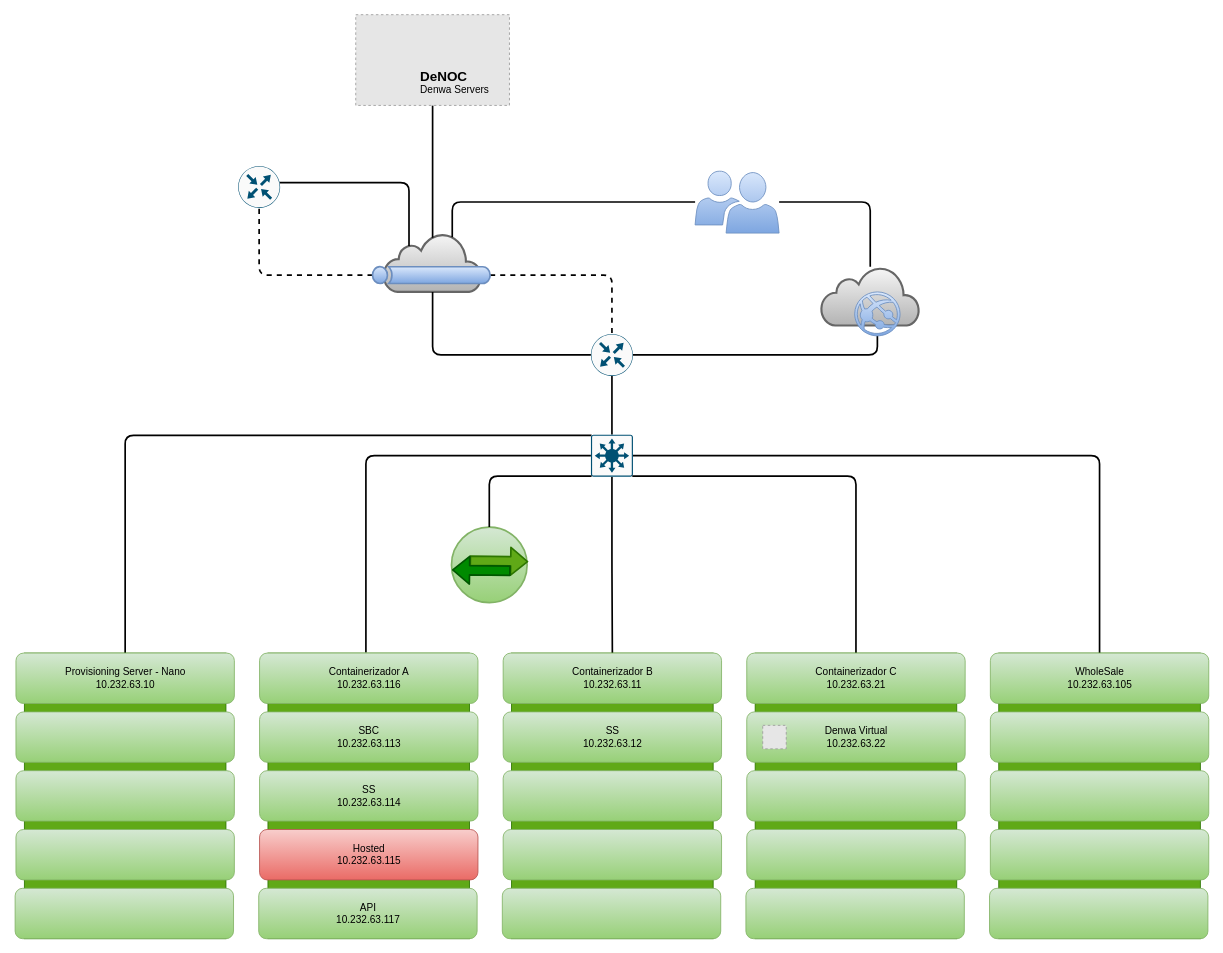
This is Tortuguitas.drawio from saravian/Diagrams, a draw.io file, before an edit. Source tidied: cells renumbered, new cells numbered last; positions are measured from the earlier drawing's top-left corner, leaving out a move shared by most shapes. Both pictures are drawn from the tidied source at 84%, with x=0, y=0 at pixel (14, 14). Pictures stored in the file or linked from it are replaced by grey dashed boxes.
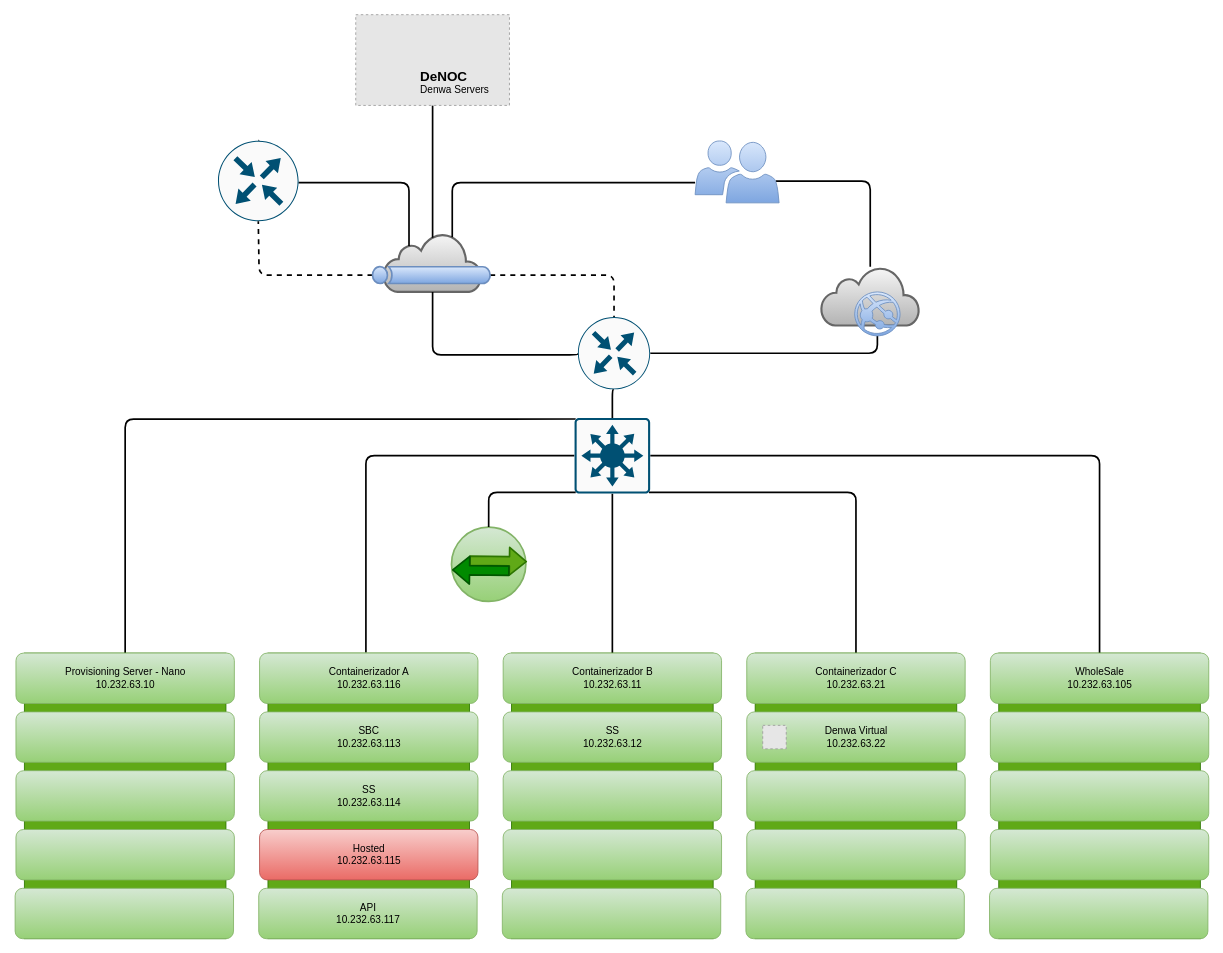
After the change.

Unchanged cells that the change refers to:
```xml
<mxCell id="2" style="html=1;outlineConnect=0;fillColor=#f5f5f5;strokeColor=#666666;gradientColor=#b3b3b3;gradientDirection=south;strokeWidth=2;shape=mxgraph.networks.cloud;" parent="1" vertex="1">
  <mxGeometry x="439" y="260" width="117" height="70" as="geometry" />
</mxCell>
<mxCell id="20" value="Provisioning Server - Nano&lt;br&gt;10.232.63.10" style="rounded=1;whiteSpace=wrap;html=1;gradientColor=#97d077;fillColor=#d5e8d4;strokeColor=#82b366;" parent="1" vertex="1">
  <mxGeometry x="1.5" y="760" width="260" height="60" as="geometry" />
</mxCell>
<mxCell id="38" value="Containerizador C&lt;br&gt;10.232.63.21" style="rounded=1;whiteSpace=wrap;html=1;gradientColor=#97d077;fillColor=#d5e8d4;strokeColor=#82b366;" parent="1" vertex="1">
  <mxGeometry x="871.5" y="760" width="260" height="60" as="geometry" />
</mxCell>
<mxCell id="49" style="html=1;outlineConnect=0;fillColor=#f5f5f5;strokeColor=#666666;gradientColor=#b3b3b3;gradientDirection=south;strokeWidth=2;shape=mxgraph.networks.cloud;" parent="1" vertex="1">
  <mxGeometry x="960" y="300" width="117" height="70" as="geometry" />
</mxCell>
```

Change to the diagram source:
```diff
@@
     <mxCell id="4" style="points=[[0.5,0,0],[1,0.5,0],[0.5,1,0],[0,0.5,0],[0.145,0.145,0],[0.8555,0.145,0],[0.855,0.8555,0],[0.145,0.855,0]];verticalLabelPosition=bottom;html=1;verticalAlign=top;align=center;shape=mxgraph.cisco19.rect;prIcon=router;fillColor=#FAFAFA;strokeColor=#005073;strokeWidth=2;" parent="1" vertex="1">
-      <mxGeometry x="266" y="180" width="50" height="50" as="geometry" />
+      <mxGeometry x="242" y="150" width="96" height="96" as="geometry" />
     </mxCell>
@@
     <mxCell id="8" style="points=[[0.5,0,0],[1,0.5,0],[0.5,1,0],[0,0.5,0],[0.145,0.145,0],[0.8555,0.145,0],[0.855,0.8555,0],[0.145,0.855,0]];verticalLabelPosition=bottom;html=1;verticalAlign=top;align=center;shape=mxgraph.cisco19.rect;prIcon=router;fillColor=#FAFAFA;strokeColor=#005073;strokeWidth=2;" parent="1" vertex="1">
-      <mxGeometry x="686" y="380" width="50" height="50" as="geometry" />
+      <mxGeometry x="670.5" y="360" width="86" height="86" as="geometry" />
     </mxCell>
@@
     <mxCell id="10" style="edgeStyle=orthogonalEdgeStyle;rounded=1;jettySize=auto;html=1;exitX=0.015;exitY=0.015;exitDx=0;exitDy=0;exitPerimeter=0;endArrow=none;endFill=0;strokeWidth=2;entryX=0.5;entryY=0;entryDx=0;entryDy=0;" parent="1" edge="1" source="13" target="20">
       <mxGeometry relative="1" as="geometry">
         <Array as="points">
-          <mxPoint x="131" y="501" />
+          <mxPoint x="131" y="481" />
         </Array>
       </mxGeometry>
     </mxCell>
@@
     <mxCell id="13" style="points=[[0.015,0.015,0],[0.985,0.015,0],[0.985,0.985,0],[0.015,0.985,0],[0.25,0,0],[0.5,0,0],[0.75,0,0],[1,0.25,0],[1,0.5,0],[1,0.75,0],[0.75,1,0],[0.5,1,0],[0.25,1,0],[0,0.75,0],[0,0.5,0],[0,0.25,0]];verticalLabelPosition=bottom;html=1;verticalAlign=top;align=center;shape=mxgraph.cisco19.rect;prIcon=l3_switch;fillColor=#FAFAFA;strokeColor=#005073;strokeWidth=2;" parent="1" vertex="1">
-      <mxGeometry x="686" y="500" width="50" height="50" as="geometry" />
+      <mxGeometry x="666.5" y="480" width="90" height="90" as="geometry" />
     </mxCell>
@@
     <mxCell id="18" style="edgeStyle=orthogonalEdgeStyle;rounded=1;jettySize=auto;html=1;exitX=0.5;exitY=0;exitDx=0;exitDy=0;entryX=0.985;entryY=0.985;entryDx=0;entryDy=0;entryPerimeter=0;endArrow=none;endFill=0;strokeWidth=2;" parent="1" edge="1" source="38" target="13">
       <mxGeometry relative="1" as="geometry">
         <Array as="points">
-          <mxPoint x="1001" y="549" />
+          <mxPoint x="1001" y="569" />
         </Array>
       </mxGeometry>
     </mxCell>
@@
     <mxCell id="51" style="edgeStyle=orthogonalEdgeStyle;rounded=1;jettySize=auto;html=1;entryX=0.7;entryY=0.07;entryDx=0;entryDy=0;entryPerimeter=0;endArrow=none;endFill=0;strokeWidth=2;" parent="1" edge="1" source="53" target="2">
       <mxGeometry relative="1" as="geometry">
         <Array as="points">
-          <mxPoint x="521" y="223" />
+          <mxPoint x="521" y="200" />
         </Array>
       </mxGeometry>
     </mxCell>
-    <mxCell id="52" style="edgeStyle=orthogonalEdgeStyle;rounded=1;jettySize=auto;html=1;endArrow=none;endFill=0;strokeWidth=2;" parent="1" edge="1" source="53" target="49">
+    <mxCell id="52" style="edgeStyle=orthogonalEdgeStyle;rounded=1;jettySize=auto;html=1;exitX=0.96;exitY=0.65;exitDx=0;exitDy=0;exitPerimeter=0;endArrow=none;endFill=0;strokeWidth=2;fillColor=none;" parent="1" edge="1" source="53" target="49">
       <mxGeometry relative="1" as="geometry" />
     </mxCell>
     <mxCell id="53" style="shadow=0;dashed=0;html=1;strokeColor=#6c8ebf;labelPosition=center;verticalLabelPosition=bottom;verticalAlign=top;align=center;fillColor=#dae8fc;shape=mxgraph.mscae.intune.user_group;gradientColor=#7ea6e0;" parent="1" vertex="1">
-      <mxGeometry x="810" y="186" width="100" height="74" as="geometry" />
+      <mxGeometry x="810" y="150" width="100" height="74" as="geometry" />
     </mxCell>
@@
     <mxCell id="57" style="group;" parent="1" vertex="1">
-      <mxGeometry x="520" y="610" width="91.5" height="90" as="geometry" />
+      <mxGeometry x="520" y="610" width="90" height="90" as="geometry" />
     </mxCell>
     <mxCell id="58" style="ellipse;whiteSpace=wrap;html=1;align=left;strokeWidth=2;gradientColor=#97d077;fillColor=#d5e8d4;strokeColor=#82b366;" parent="57" vertex="1">
-      <mxGeometry width="90" height="90" as="geometry" />
+      <mxGeometry width="88.5" height="88.5" as="geometry" />
     </mxCell>
     <mxCell id="59" style="shape=flexArrow;endArrow=classic;html=1;strokeWidth=2;fillColor=#60a917;strokeColor=#2D7600;" parent="57" edge="1">
       <mxGeometry relative="1" as="geometry">
-        <mxPoint x="21.5" y="40" as="sourcePoint" />
-        <mxPoint x="91.5" y="41" as="targetPoint" />
+        <mxPoint x="21.1" y="40" as="sourcePoint" />
+        <mxPoint x="90" y="41" as="targetPoint" />
       </mxGeometry>
     </mxCell>
     <mxCell id="60" style="shape=flexArrow;endArrow=classic;html=1;strokeWidth=2;fillColor=#008a00;strokeColor=#005700;" parent="57" edge="1">
       <mxGeometry relative="1" as="geometry">
-        <mxPoint x="70.5" y="52" as="sourcePoint" />
+        <mxPoint x="69.3" y="52" as="sourcePoint" />
         <mxPoint x="0.5" y="51" as="targetPoint" />
       </mxGeometry>
     </mxCell>
     <mxCell id="61" style="edgeStyle=orthogonalEdgeStyle;rounded=1;jettySize=auto;html=1;exitX=0.5;exitY=0;exitDx=0;exitDy=0;entryX=0.015;entryY=0.985;entryDx=0;entryDy=0;entryPerimeter=0;endArrow=none;endFill=0;strokeWidth=2;" parent="1" edge="1" source="58" target="13">
       <mxGeometry relative="1" as="geometry">
         <Array as="points">
-          <mxPoint x="565" y="549" />
+          <mxPoint x="564" y="569" />
         </Array>
       </mxGeometry>
     </mxCell>
```
